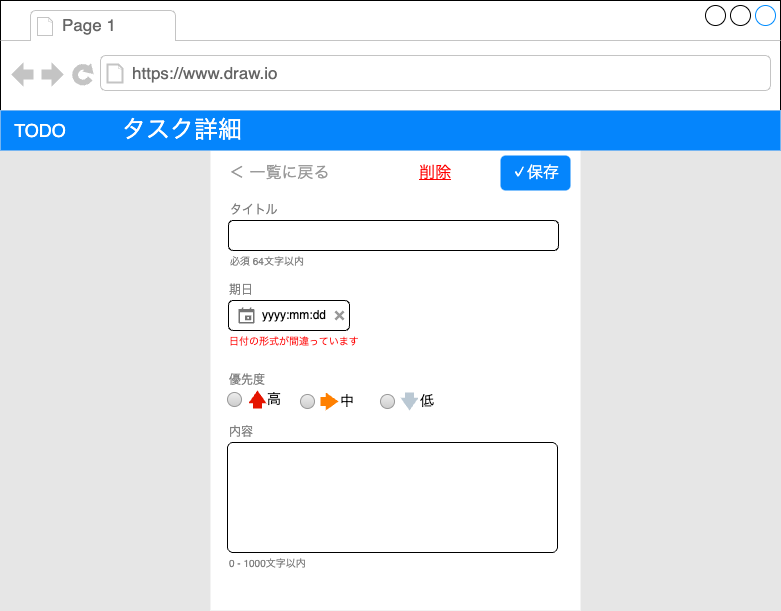
Before: docs/taskDetail.drawio.png, a diagram exported from draw.io (ebi311/todo-next-pages-rote). Source tidied: cells renumbered, new cells last; positions are measured from the earlier drawing's top-left corner, leaving out a move shared by most shapes. Source of this version:
```xml
<mxGraphModel>
  <root>
    <mxCell id="0" />
    <mxCell id="1" parent="0" />
    <mxCell id="2" style="strokeWidth=1;shadow=0;dashed=0;align=center;html=1;shape=mxgraph.mockup.containers.browserWindow;rSize=0;strokeColor2=#008cff;strokeColor3=#c4c4c4;mainText=,;" parent="1" vertex="1">
      <mxGeometry width="780" height="610" as="geometry" />
    </mxCell>
    <mxCell id="3" value="Page 1" style="strokeWidth=1;shadow=0;dashed=0;align=center;html=1;shape=mxgraph.mockup.containers.anchor;fontSize=17;fontColor=#666666;align=left;" parent="2" vertex="1">
      <mxGeometry x="60" y="12" width="110" height="26" as="geometry" />
    </mxCell>
    <mxCell id="4" value="https://www.draw.io" style="strokeWidth=1;shadow=0;dashed=0;align=center;html=1;shape=mxgraph.mockup.containers.anchor;rSize=0;fontSize=17;fontColor=#666666;align=left;" parent="2" vertex="1">
      <mxGeometry x="130" y="60" width="250" height="26" as="geometry" />
    </mxCell>
    <mxCell id="5" style="rounded=0;whiteSpace=wrap;html=1;strokeColor=#E6E6E6;fontSize=18;fontColor=#FFFFFF;fillColor=#E6E6E6;" parent="2" vertex="1">
      <mxGeometry y="110" width="780" height="500" as="geometry" />
    </mxCell>
    <mxCell id="6" value="Layout" parent="0" />
    <mxCell id="7" style="rounded=0;whiteSpace=wrap;html=1;fontSize=18;strokeColor=none;" parent="6" vertex="1">
      <mxGeometry x="210" y="150" width="370" height="460" as="geometry" />
    </mxCell>
    <mxCell id="8" style="rounded=0;whiteSpace=wrap;html=1;fillColor=#0585FC;fontColor=#ffffff;strokeColor=none;" parent="6" vertex="1">
      <mxGeometry y="110" width="780" height="40" as="geometry" />
    </mxCell>
    <mxCell id="9" value="TODO" style="text;html=1;strokeColor=none;fillColor=none;align=center;verticalAlign=middle;whiteSpace=wrap;rounded=0;fontColor=#FFFFFF;fontSize=18;" parent="6" vertex="1">
      <mxGeometry x="10" y="115" width="60" height="30" as="geometry" />
    </mxCell>
    <mxCell id="10" value="タスク詳細" style="text;html=1;strokeColor=none;fillColor=none;align=left;verticalAlign=middle;whiteSpace=wrap;rounded=0;fontColor=#FFFFFF;fontSize=24;" parent="6" vertex="1">
      <mxGeometry x="120" y="115" width="210" height="30" as="geometry" />
    </mxCell>
    <mxCell id="11" value="名称未設定レイヤ" parent="0" />
    <mxCell id="12" value="タイトル" style="text;html=1;strokeColor=none;fillColor=none;align=left;verticalAlign=middle;whiteSpace=wrap;rounded=0;fontColor=#808080;" parent="11" vertex="1">
      <mxGeometry x="228" y="200" width="60" height="20" as="geometry" />
    </mxCell>
    <mxCell id="13" style="rounded=1;whiteSpace=wrap;html=1;" parent="11" vertex="1">
      <mxGeometry x="228" y="220" width="330" height="30" as="geometry" />
    </mxCell>
    <mxCell id="14" value="内容" style="text;html=1;strokeColor=none;fillColor=none;align=left;verticalAlign=middle;whiteSpace=wrap;rounded=0;fontColor=#808080;" parent="11" vertex="1">
      <mxGeometry x="227" y="422" width="60" height="20" as="geometry" />
    </mxCell>
    <mxCell id="15" style="rounded=1;whiteSpace=wrap;html=1;arcSize=5;" parent="11" vertex="1">
      <mxGeometry x="227" y="442" width="330" height="110" as="geometry" />
    </mxCell>
    <mxCell id="16" value="期日" style="text;html=1;strokeColor=none;fillColor=none;align=left;verticalAlign=middle;whiteSpace=wrap;rounded=0;fontColor=#808080;" parent="11" vertex="1">
      <mxGeometry x="227" y="280" width="60" height="20" as="geometry" />
    </mxCell>
    <mxCell id="17" value="yyyy:mm:dd&amp;nbsp;" style="rounded=1;whiteSpace=wrap;html=1;align=left;spacingLeft=32;" parent="11" vertex="1">
      <mxGeometry x="228" y="300" width="121" height="30" as="geometry" />
    </mxCell>
    <mxCell id="18" style="dashed=0;verticalLabelPosition=bottom;verticalAlign=top;align=center;shape=mxgraph.gmdl.calendar;strokeColor=none;fillColor=#737373;shadow=0;sketch=0;" parent="11" vertex="1">
      <mxGeometry x="238" y="307" width="16" height="16" as="geometry" />
    </mxCell>
    <mxCell id="19" value="優先度" style="text;html=1;strokeColor=none;fillColor=none;align=left;verticalAlign=middle;whiteSpace=wrap;rounded=0;fontColor=#808080;" parent="11" vertex="1">
      <mxGeometry x="227" y="370" width="60" height="20" as="geometry" />
    </mxCell>
    <mxCell id="20" value="高" style="shape=ellipse;fillColor=#eeeeee;strokeColor=#999999;gradientColor=#cccccc;html=1;align=left;spacingLeft=24;fontSize=14;fontColor=#000000;labelPosition=right;shadow=0;" parent="11" vertex="1">
      <mxGeometry x="227" y="392" width="14" height="14" as="geometry" />
    </mxCell>
    <mxCell id="21" value="中" style="shape=ellipse;fillColor=#eeeeee;strokeColor=#999999;gradientColor=#cccccc;html=1;align=left;spacingLeft=24;fontSize=14;fontColor=#000000;labelPosition=right;shadow=0;" parent="11" vertex="1">
      <mxGeometry x="300" y="394" width="14" height="14" as="geometry" />
    </mxCell>
    <mxCell id="22" value="低" style="shape=ellipse;fillColor=#eeeeee;strokeColor=#999999;gradientColor=#cccccc;html=1;align=left;spacingLeft=24;fontSize=14;fontColor=#000000;labelPosition=right;shadow=0;" parent="11" vertex="1">
      <mxGeometry x="380" y="394" width="14" height="14" as="geometry" />
    </mxCell>
    <mxCell id="23" value="✓保存" style="rounded=1;whiteSpace=wrap;html=1;strokeColor=none;fontSize=16;fontColor=#ffffff;fillColor=#0585FC;" parent="11" vertex="1">
      <mxGeometry x="500" y="155" width="70" height="35" as="geometry" />
    </mxCell>
    <mxCell id="24" value="＜ 一覧に戻る" style="text;html=1;strokeColor=none;fillColor=none;align=left;verticalAlign=middle;whiteSpace=wrap;rounded=0;fontSize=16;fontColor=#999999;" parent="11" vertex="1">
      <mxGeometry x="227" y="157.5" width="123" height="30" as="geometry" />
    </mxCell>
    <mxCell id="25" style="html=1;shadow=0;dashed=0;align=center;verticalAlign=middle;shape=mxgraph.arrows2.arrow;dy=0.5;dx=12.79;direction=north;notch=0;strokeColor=none;fontSize=12;fontColor=#ffffff;fillColor=#e51400;" parent="11" vertex="1">
      <mxGeometry x="248" y="390" width="18" height="18" as="geometry" />
    </mxCell>
    <mxCell id="26" style="html=1;shadow=0;dashed=0;align=center;verticalAlign=middle;shape=mxgraph.arrows2.arrow;dy=0.5;dx=12.79;direction=east;notch=0;strokeColor=none;fontSize=12;fontColor=#ffffff;fillColor=#FF8000;" parent="11" vertex="1">
      <mxGeometry x="320" y="392" width="18" height="18" as="geometry" />
    </mxCell>
    <mxCell id="27" style="html=1;shadow=0;dashed=0;align=center;verticalAlign=middle;shape=mxgraph.arrows2.arrow;dy=0.5;dx=12.79;direction=south;notch=0;strokeColor=none;fontSize=12;fillColor=#bac8d3;" parent="11" vertex="1">
      <mxGeometry x="400" y="392" width="18" height="18" as="geometry" />
    </mxCell>
    <mxCell id="28" value="必須 64文字以内" style="text;html=1;strokeColor=none;fillColor=none;align=left;verticalAlign=middle;whiteSpace=wrap;rounded=0;fontColor=#808080;fontSize=10;" parent="11" vertex="1">
      <mxGeometry x="228" y="250" width="142" height="20" as="geometry" />
    </mxCell>
    <mxCell id="29" value="日付の形式が間違っています" style="text;html=1;strokeColor=none;fillColor=none;align=left;verticalAlign=middle;whiteSpace=wrap;rounded=0;fontColor=#FF0000;fontSize=10;" parent="11" vertex="1">
      <mxGeometry x="227" y="330" width="142" height="20" as="geometry" />
    </mxCell>
    <mxCell id="30" value="0 - 1000文字以内" style="text;html=1;strokeColor=none;fillColor=none;align=left;verticalAlign=middle;whiteSpace=wrap;rounded=0;fontColor=#808080;fontSize=10;" parent="11" vertex="1">
      <mxGeometry x="227" y="552" width="142" height="20" as="geometry" />
    </mxCell>
    <mxCell id="31" value="削除" style="rounded=1;whiteSpace=wrap;html=1;strokeColor=none;fontSize=16;fontColor=#FF0000;fillColor=none;fontStyle=4;" parent="11" vertex="1">
      <mxGeometry x="400" y="155" width="70" height="35" as="geometry" />
    </mxCell>
    <mxCell id="32" style="shape=cross;whiteSpace=wrap;html=1;strokeColor=none;strokeWidth=1;fontSize=10;fontColor=#FF0000;fillColor=#999999;rotation=45;" parent="11" vertex="1">
      <mxGeometry x="333" y="309.1" width="12" height="11.8" as="geometry" />
    </mxCell>
  </root>
</mxGraphModel>
```
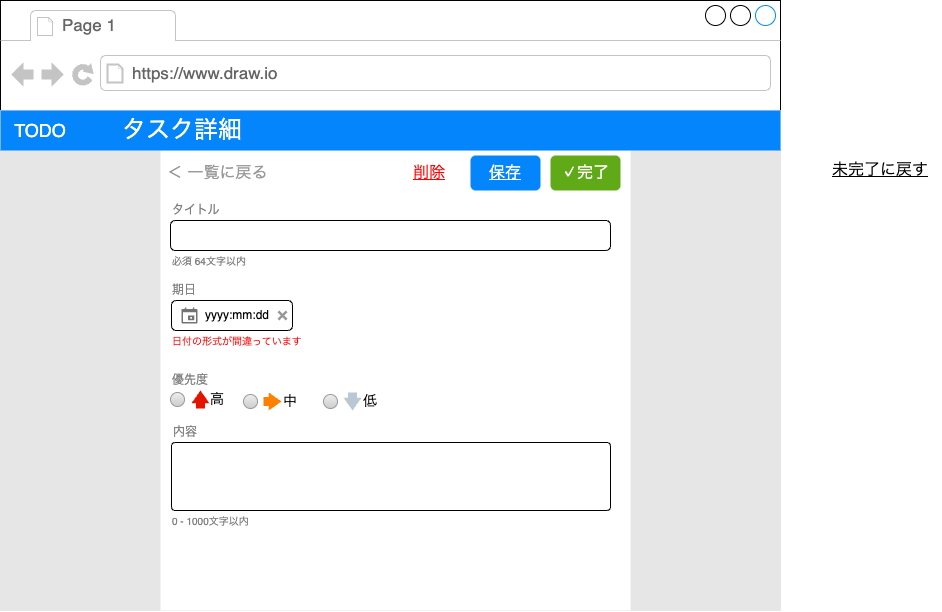
The same file after the commit.

The edit, as a diff of the source:
```diff
@@ -16,7 +16,7 @@
     </mxCell>
     <mxCell id="6" value="Layout" parent="0" />
     <mxCell id="7" style="rounded=0;whiteSpace=wrap;html=1;fontSize=18;strokeColor=none;" parent="6" vertex="1">
-      <mxGeometry x="210" y="150" width="370" height="460" as="geometry" />
+      <mxGeometry x="160" y="150" width="470" height="460" as="geometry" />
     </mxCell>
     <mxCell id="8" style="rounded=0;whiteSpace=wrap;html=1;fillColor=#0585FC;fontColor=#ffffff;strokeColor=none;" parent="6" vertex="1">
       <mxGeometry y="110" width="780" height="40" as="geometry" />
@@ -29,67 +29,73 @@
     </mxCell>
     <mxCell id="11" value="名称未設定レイヤ" parent="0" />
     <mxCell id="12" value="タイトル" style="text;html=1;strokeColor=none;fillColor=none;align=left;verticalAlign=middle;whiteSpace=wrap;rounded=0;fontColor=#808080;" parent="11" vertex="1">
-      <mxGeometry x="228" y="200" width="60" height="20" as="geometry" />
+      <mxGeometry x="170" y="200" width="60" height="20" as="geometry" />
     </mxCell>
     <mxCell id="13" style="rounded=1;whiteSpace=wrap;html=1;" parent="11" vertex="1">
-      <mxGeometry x="228" y="220" width="330" height="30" as="geometry" />
+      <mxGeometry x="170" y="220" width="440" height="30" as="geometry" />
     </mxCell>
     <mxCell id="14" value="内容" style="text;html=1;strokeColor=none;fillColor=none;align=left;verticalAlign=middle;whiteSpace=wrap;rounded=0;fontColor=#808080;" parent="11" vertex="1">
-      <mxGeometry x="227" y="422" width="60" height="20" as="geometry" />
+      <mxGeometry x="171" y="422" width="60" height="20" as="geometry" />
     </mxCell>
     <mxCell id="15" style="rounded=1;whiteSpace=wrap;html=1;arcSize=5;" parent="11" vertex="1">
-      <mxGeometry x="227" y="442" width="330" height="110" as="geometry" />
+      <mxGeometry x="171" y="442" width="439" height="68" as="geometry" />
     </mxCell>
     <mxCell id="16" value="期日" style="text;html=1;strokeColor=none;fillColor=none;align=left;verticalAlign=middle;whiteSpace=wrap;rounded=0;fontColor=#808080;" parent="11" vertex="1">
-      <mxGeometry x="227" y="280" width="60" height="20" as="geometry" />
+      <mxGeometry x="170" y="280" width="60" height="20" as="geometry" />
     </mxCell>
     <mxCell id="17" value="yyyy:mm:dd&amp;nbsp;" style="rounded=1;whiteSpace=wrap;html=1;align=left;spacingLeft=32;" parent="11" vertex="1">
-      <mxGeometry x="228" y="300" width="121" height="30" as="geometry" />
+      <mxGeometry x="171" y="300" width="121" height="30" as="geometry" />
     </mxCell>
     <mxCell id="18" style="dashed=0;verticalLabelPosition=bottom;verticalAlign=top;align=center;shape=mxgraph.gmdl.calendar;strokeColor=none;fillColor=#737373;shadow=0;sketch=0;" parent="11" vertex="1">
-      <mxGeometry x="238" y="307" width="16" height="16" as="geometry" />
+      <mxGeometry x="181" y="307" width="16" height="16" as="geometry" />
     </mxCell>
     <mxCell id="19" value="優先度" style="text;html=1;strokeColor=none;fillColor=none;align=left;verticalAlign=middle;whiteSpace=wrap;rounded=0;fontColor=#808080;" parent="11" vertex="1">
-      <mxGeometry x="227" y="370" width="60" height="20" as="geometry" />
+      <mxGeometry x="170" y="370" width="60" height="20" as="geometry" />
     </mxCell>
     <mxCell id="20" value="高" style="shape=ellipse;fillColor=#eeeeee;strokeColor=#999999;gradientColor=#cccccc;html=1;align=left;spacingLeft=24;fontSize=14;fontColor=#000000;labelPosition=right;shadow=0;" parent="11" vertex="1">
-      <mxGeometry x="227" y="392" width="14" height="14" as="geometry" />
+      <mxGeometry x="170" y="392" width="14" height="14" as="geometry" />
     </mxCell>
     <mxCell id="21" value="中" style="shape=ellipse;fillColor=#eeeeee;strokeColor=#999999;gradientColor=#cccccc;html=1;align=left;spacingLeft=24;fontSize=14;fontColor=#000000;labelPosition=right;shadow=0;" parent="11" vertex="1">
-      <mxGeometry x="300" y="394" width="14" height="14" as="geometry" />
+      <mxGeometry x="243" y="394" width="14" height="14" as="geometry" />
     </mxCell>
     <mxCell id="22" value="低" style="shape=ellipse;fillColor=#eeeeee;strokeColor=#999999;gradientColor=#cccccc;html=1;align=left;spacingLeft=24;fontSize=14;fontColor=#000000;labelPosition=right;shadow=0;" parent="11" vertex="1">
-      <mxGeometry x="380" y="394" width="14" height="14" as="geometry" />
+      <mxGeometry x="323" y="394" width="14" height="14" as="geometry" />
     </mxCell>
-    <mxCell id="23" value="✓保存" style="rounded=1;whiteSpace=wrap;html=1;strokeColor=none;fontSize=16;fontColor=#ffffff;fillColor=#0585FC;" parent="11" vertex="1">
-      <mxGeometry x="500" y="155" width="70" height="35" as="geometry" />
+    <mxCell id="23" value="保存" style="rounded=1;whiteSpace=wrap;html=1;fontSize=16;fillColor=#0585FC;strokeColor=none;verticalAlign=middle;fontStyle=4;fontColor=#ffffff;" parent="11" vertex="1">
+      <mxGeometry x="470" y="155" width="70" height="35" as="geometry" />
     </mxCell>
     <mxCell id="24" value="＜ 一覧に戻る" style="text;html=1;strokeColor=none;fillColor=none;align=left;verticalAlign=middle;whiteSpace=wrap;rounded=0;fontSize=16;fontColor=#999999;" parent="11" vertex="1">
-      <mxGeometry x="227" y="157.5" width="123" height="30" as="geometry" />
+      <mxGeometry x="165" y="157.5" width="123" height="30" as="geometry" />
     </mxCell>
     <mxCell id="25" style="html=1;shadow=0;dashed=0;align=center;verticalAlign=middle;shape=mxgraph.arrows2.arrow;dy=0.5;dx=12.79;direction=north;notch=0;strokeColor=none;fontSize=12;fontColor=#ffffff;fillColor=#e51400;" parent="11" vertex="1">
-      <mxGeometry x="248" y="390" width="18" height="18" as="geometry" />
+      <mxGeometry x="191" y="390" width="18" height="18" as="geometry" />
     </mxCell>
     <mxCell id="26" style="html=1;shadow=0;dashed=0;align=center;verticalAlign=middle;shape=mxgraph.arrows2.arrow;dy=0.5;dx=12.79;direction=east;notch=0;strokeColor=none;fontSize=12;fontColor=#ffffff;fillColor=#FF8000;" parent="11" vertex="1">
-      <mxGeometry x="320" y="392" width="18" height="18" as="geometry" />
+      <mxGeometry x="263" y="392" width="18" height="18" as="geometry" />
     </mxCell>
     <mxCell id="27" style="html=1;shadow=0;dashed=0;align=center;verticalAlign=middle;shape=mxgraph.arrows2.arrow;dy=0.5;dx=12.79;direction=south;notch=0;strokeColor=none;fontSize=12;fillColor=#bac8d3;" parent="11" vertex="1">
-      <mxGeometry x="400" y="392" width="18" height="18" as="geometry" />
+      <mxGeometry x="343" y="392" width="18" height="18" as="geometry" />
     </mxCell>
     <mxCell id="28" value="必須 64文字以内" style="text;html=1;strokeColor=none;fillColor=none;align=left;verticalAlign=middle;whiteSpace=wrap;rounded=0;fontColor=#808080;fontSize=10;" parent="11" vertex="1">
-      <mxGeometry x="228" y="250" width="142" height="20" as="geometry" />
+      <mxGeometry x="170" y="250" width="142" height="20" as="geometry" />
     </mxCell>
     <mxCell id="29" value="日付の形式が間違っています" style="text;html=1;strokeColor=none;fillColor=none;align=left;verticalAlign=middle;whiteSpace=wrap;rounded=0;fontColor=#FF0000;fontSize=10;" parent="11" vertex="1">
-      <mxGeometry x="227" y="330" width="142" height="20" as="geometry" />
+      <mxGeometry x="170" y="330" width="142" height="20" as="geometry" />
     </mxCell>
     <mxCell id="30" value="0 - 1000文字以内" style="text;html=1;strokeColor=none;fillColor=none;align=left;verticalAlign=middle;whiteSpace=wrap;rounded=0;fontColor=#808080;fontSize=10;" parent="11" vertex="1">
-      <mxGeometry x="227" y="552" width="142" height="20" as="geometry" />
+      <mxGeometry x="170" y="510" width="142" height="20" as="geometry" />
     </mxCell>
     <mxCell id="31" value="削除" style="rounded=1;whiteSpace=wrap;html=1;strokeColor=none;fontSize=16;fontColor=#FF0000;fillColor=none;fontStyle=4;" parent="11" vertex="1">
-      <mxGeometry x="400" y="155" width="70" height="35" as="geometry" />
+      <mxGeometry x="394" y="155" width="70" height="35" as="geometry" />
     </mxCell>
     <mxCell id="32" style="shape=cross;whiteSpace=wrap;html=1;strokeColor=none;strokeWidth=1;fontSize=10;fontColor=#FF0000;fillColor=#999999;rotation=45;" parent="11" vertex="1">
-      <mxGeometry x="333" y="309.1" width="12" height="11.8" as="geometry" />
+      <mxGeometry x="276" y="309.1" width="12" height="11.8" as="geometry" />
     </mxCell>
+    <mxCell id="33" value="✓完了" style="rounded=1;whiteSpace=wrap;html=1;fontSize=16;fillColor=#60a917;fontColor=#ffffff;strokeColor=none;" parent="11" vertex="1">
+      <mxGeometry x="550" y="155" width="70" height="35" as="geometry" />
+    </mxCell>
+    <mxCell id="34" value="未完了に戻す" style="rounded=1;whiteSpace=wrap;html=1;fontSize=16;fillColor=none;strokeColor=none;fontStyle=4;" parent="11" vertex="1">
+      <mxGeometry x="820" y="152.5" width="120" height="35" as="geometry" />
+    </mxCell>
   </root>
 </mxGraphModel>
```
